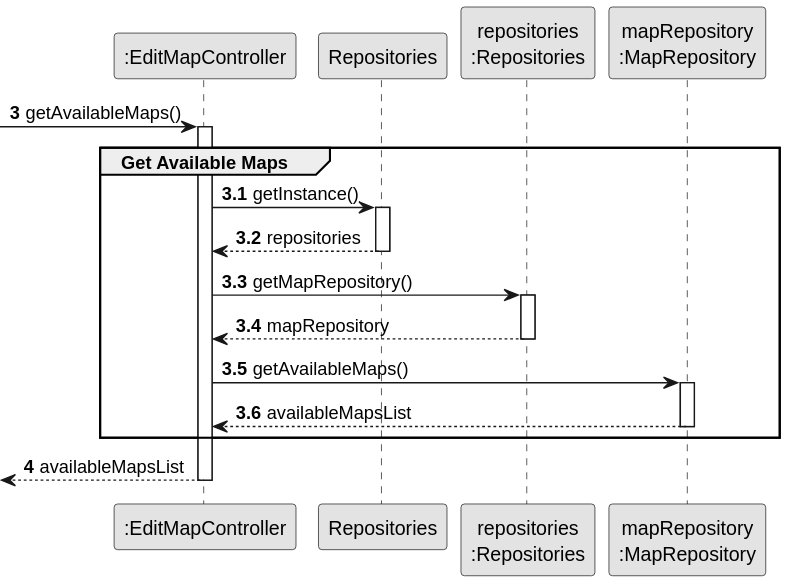
Above: docs/system-documentation/Sprint 2/US10/03.design/svg/US10-SD-get-available-maps.svg in HenriqueSilva18/Railway-Network-Simulator (PlantUML), before the change.
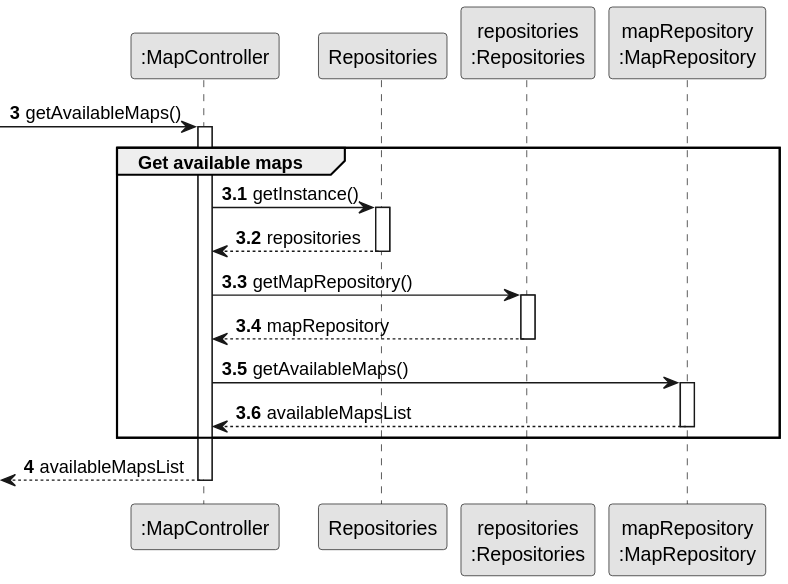
Above is the later version.

Change to the diagram source:
```diff
@@ -2,35 +2,34 @@
 skinparam monochrome true
 skinparam packageStyle rectangle
 skinparam shadowing false
+
 autonumber 3
 
-participant ":EditMapController" as mapCTRL
+participant ":MapController" as CTRL
 participant "Repositories" as REPOS
 participant "repositories\n:Repositories" as REPOS_SINGLETON
 participant "mapRepository\n:MapRepository" as REPOS_MAP
 
--> mapCTRL: getAvailableMaps()
-activate mapCTRL
+-> CTRL: getAvailableMaps()
+activate CTRL
 autonumber 3.1
-group Get Available Maps
-    mapCTRL -> REPOS: getInstance()
-        activate REPOS
-            REPOS --> mapCTRL: repositories
-        deactivate REPOS
+group Get available maps
+    CTRL -> REPOS: getInstance()
+    activate REPOS
+        REPOS --> CTRL: repositories
+    deactivate REPOS
 
-    mapCTRL -> REPOS_SINGLETON: getMapRepository()
-        activate REPOS_SINGLETON
-            REPOS_SINGLETON --> mapCTRL: mapRepository
-        deactivate REPOS_SINGLETON
+    CTRL -> REPOS_SINGLETON: getMapRepository()
+    activate REPOS_SINGLETON
+        REPOS_SINGLETON --> CTRL: mapRepository
+    deactivate REPOS_SINGLETON
 
-    mapCTRL -> REPOS_MAP: getAvailableMaps()
-        activate REPOS_MAP
-            REPOS_MAP --> mapCTRL: availableMapsList
-        deactivate REPOS_MAP
-end
-autonumber 4
-
-<-- mapCTRL: availableMapsList
-
-deactivate mapCTRL
+    CTRL -> REPOS_MAP: getAvailableMaps()
+    activate REPOS_MAP
+        REPOS_MAP --> CTRL: availableMapsList
+    deactivate REPOS_MAP
+    end
+    autonumber 4
+    <-- CTRL : availableMapsList
+deactivate CTRL
 @enduml
```
